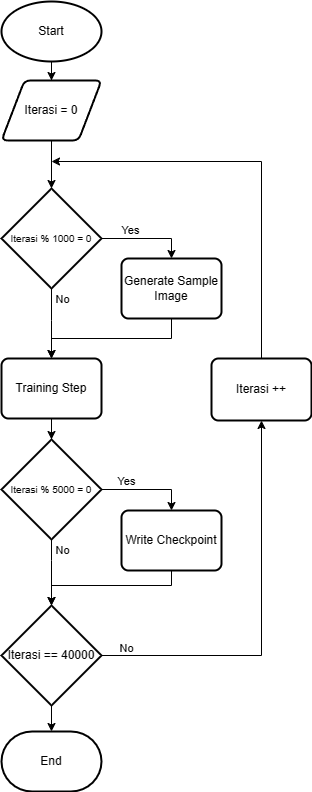
Earlier version of the draw.io export Conference-LaTeX-template_10-17-19/gambar/Training_model.png (MehhTerserah/TA-072-19-0040). Source tidied: cells renumbered, new cells last; positions are measured from the earlier drawing's top-left corner, leaving out a move shared by most shapes. The source it was exported from:
```xml
<mxGraphModel>
  <root>
    <mxCell id="0" />
    <mxCell id="1" parent="0" />
    <mxCell id="2" style="edgeStyle=orthogonalEdgeStyle;rounded=0;jettySize=auto;html=1;" parent="1" edge="1" source="3" target="5">
      <mxGeometry relative="1" as="geometry" />
    </mxCell>
    <mxCell id="3" value="Start" style="strokeWidth=2;html=1;shape=mxgraph.flowchart.start_1;whiteSpace=wrap;" parent="1" vertex="1">
      <mxGeometry width="100" height="60" as="geometry" />
    </mxCell>
    <mxCell id="4" style="edgeStyle=orthogonalEdgeStyle;rounded=0;jettySize=auto;html=1;" parent="1" edge="1" source="5" target="12">
      <mxGeometry relative="1" as="geometry" />
    </mxCell>
    <mxCell id="5" value="Iterasi = 0" style="shape=parallelogram;html=1;strokeWidth=2;perimeter=parallelogramPerimeter;whiteSpace=wrap;rounded=1;arcSize=12;size=0.23;" parent="1" vertex="1">
      <mxGeometry y="79" width="100" height="60" as="geometry" />
    </mxCell>
    <mxCell id="6" style="edgeStyle=orthogonalEdgeStyle;rounded=0;jettySize=auto;html=1;entryX=0.5;entryY=0;entryDx=0;entryDy=0;entryPerimeter=0;" parent="1" edge="1" source="7" target="19">
      <mxGeometry relative="1" as="geometry" />
    </mxCell>
    <mxCell id="7" value="Training Step" style="rounded=1;whiteSpace=wrap;html=1;absoluteArcSize=1;arcSize=14;strokeWidth=2;" parent="1" vertex="1">
      <mxGeometry y="357" width="100" height="60" as="geometry" />
    </mxCell>
    <mxCell id="8" style="edgeStyle=orthogonalEdgeStyle;rounded=0;jettySize=auto;html=1;entryX=0.5;entryY=0;entryDx=0;entryDy=0;" parent="1" edge="1" source="12" target="7">
      <mxGeometry relative="1" as="geometry">
        <Array as="points">
          <mxPoint x="50" y="319" />
          <mxPoint x="50" y="319" />
        </Array>
      </mxGeometry>
    </mxCell>
    <mxCell id="9" value="No" style="edgeLabel;html=1;align=center;verticalAlign=middle;" parent="8" vertex="1">
      <mxGeometry x="-0.71" y="-3" relative="1" as="geometry">
        <mxPoint x="13" as="offset" />
      </mxGeometry>
    </mxCell>
    <mxCell id="10" style="edgeStyle=orthogonalEdgeStyle;rounded=0;jettySize=auto;html=1;entryX=0.5;entryY=0;entryDx=0;entryDy=0;" parent="1" edge="1" source="12" target="14">
      <mxGeometry relative="1" as="geometry" />
    </mxCell>
    <mxCell id="11" value="Yes" style="edgeLabel;html=1;align=center;verticalAlign=middle;" parent="10" vertex="1">
      <mxGeometry x="-0.43" y="-1" relative="1" as="geometry">
        <mxPoint x="2" y="-10" as="offset" />
      </mxGeometry>
    </mxCell>
    <mxCell id="12" value="&lt;font style=&quot;font-size: 10px;&quot;&gt;Iterasi % 1000 = 0&lt;/font&gt;" style="strokeWidth=2;html=1;shape=mxgraph.flowchart.decision;whiteSpace=wrap;" parent="1" vertex="1">
      <mxGeometry y="187" width="100" height="100" as="geometry" />
    </mxCell>
    <mxCell id="13" style="edgeStyle=orthogonalEdgeStyle;rounded=0;jettySize=auto;html=1;entryX=0.5;entryY=0;entryDx=0;entryDy=0;exitX=0.5;exitY=1;exitDx=0;exitDy=0;" parent="1" edge="1" source="14" target="7">
      <mxGeometry relative="1" as="geometry" />
    </mxCell>
    <mxCell id="14" value="Generate Sample Image" style="rounded=1;whiteSpace=wrap;html=1;absoluteArcSize=1;arcSize=14;strokeWidth=2;" parent="1" vertex="1">
      <mxGeometry x="120" y="257" width="100" height="60" as="geometry" />
    </mxCell>
    <mxCell id="15" style="edgeStyle=orthogonalEdgeStyle;rounded=0;jettySize=auto;html=1;entryX=0.5;entryY=0;entryDx=0;entryDy=0;" parent="1" edge="1" source="19" target="21">
      <mxGeometry relative="1" as="geometry" />
    </mxCell>
    <mxCell id="16" value="Yes" style="edgeLabel;html=1;align=center;verticalAlign=middle;" parent="15" vertex="1">
      <mxGeometry x="-0.46" y="1" relative="1" as="geometry">
        <mxPoint y="-8" as="offset" />
      </mxGeometry>
    </mxCell>
    <mxCell id="17" style="edgeStyle=orthogonalEdgeStyle;rounded=0;jettySize=auto;html=1;" parent="1" edge="1" source="19" target="25">
      <mxGeometry relative="1" as="geometry">
        <Array as="points">
          <mxPoint x="50" y="559" />
          <mxPoint x="50" y="559" />
        </Array>
      </mxGeometry>
    </mxCell>
    <mxCell id="18" value="No" style="edgeLabel;html=1;align=center;verticalAlign=middle;" parent="17" vertex="1">
      <mxGeometry x="-0.48" y="-2" relative="1" as="geometry">
        <mxPoint x="12" y="-7" as="offset" />
      </mxGeometry>
    </mxCell>
    <mxCell id="19" value="&lt;font style=&quot;font-size: 10px;&quot;&gt;Iterasi % 5000 = 0&lt;/font&gt;" style="strokeWidth=2;html=1;shape=mxgraph.flowchart.decision;whiteSpace=wrap;" parent="1" vertex="1">
      <mxGeometry y="438" width="100" height="100" as="geometry" />
    </mxCell>
    <mxCell id="20" style="edgeStyle=orthogonalEdgeStyle;rounded=0;jettySize=auto;html=1;entryX=0.5;entryY=0;entryDx=0;entryDy=0;entryPerimeter=0;exitX=0.5;exitY=1;exitDx=0;exitDy=0;" parent="1" edge="1" source="21" target="25">
      <mxGeometry relative="1" as="geometry">
        <Array as="points">
          <mxPoint x="170" y="584" />
          <mxPoint x="50" y="584" />
        </Array>
      </mxGeometry>
    </mxCell>
    <mxCell id="21" value="Write Checkpoint" style="rounded=1;whiteSpace=wrap;html=1;absoluteArcSize=1;arcSize=14;strokeWidth=2;" parent="1" vertex="1">
      <mxGeometry x="120" y="509" width="100" height="60" as="geometry" />
    </mxCell>
    <mxCell id="22" style="edgeStyle=orthogonalEdgeStyle;rounded=0;jettySize=auto;html=1;entryX=0.5;entryY=1;entryDx=0;entryDy=0;" parent="1" edge="1" source="25" target="27">
      <mxGeometry relative="1" as="geometry" />
    </mxCell>
    <mxCell id="23" value="No" style="edgeLabel;html=1;align=center;verticalAlign=middle;" parent="22" vertex="1">
      <mxGeometry x="-0.88" y="1" relative="1" as="geometry">
        <mxPoint y="-7" as="offset" />
      </mxGeometry>
    </mxCell>
    <mxCell id="24" style="edgeStyle=orthogonalEdgeStyle;rounded=0;jettySize=auto;html=1;entryX=0.5;entryY=0;entryDx=0;entryDy=0;entryPerimeter=0;" parent="1" edge="1" source="25" target="28">
      <mxGeometry relative="1" as="geometry" />
    </mxCell>
    <mxCell id="25" value="Iterasi == 40000" style="strokeWidth=2;html=1;shape=mxgraph.flowchart.decision;whiteSpace=wrap;" parent="1" vertex="1">
      <mxGeometry y="604" width="100" height="100" as="geometry" />
    </mxCell>
    <mxCell id="26" style="edgeStyle=orthogonalEdgeStyle;rounded=0;jettySize=auto;html=1;exitX=0.5;exitY=0;exitDx=0;exitDy=0;" parent="1" edge="1" source="27">
      <mxGeometry relative="1" as="geometry">
        <mxPoint x="50" y="160" as="targetPoint" />
        <Array as="points">
          <mxPoint x="260" y="160" />
        </Array>
      </mxGeometry>
    </mxCell>
    <mxCell id="27" value="Iterasi ++" style="rounded=1;whiteSpace=wrap;html=1;absoluteArcSize=1;arcSize=14;strokeWidth=2;" parent="1" vertex="1">
      <mxGeometry x="210" y="357" width="100" height="62" as="geometry" />
    </mxCell>
    <mxCell id="28" value="End" style="strokeWidth=2;html=1;shape=mxgraph.flowchart.terminator;whiteSpace=wrap;" parent="1" vertex="1">
      <mxGeometry y="730" width="100" height="60" as="geometry" />
    </mxCell>
  </root>
</mxGraphModel>
```
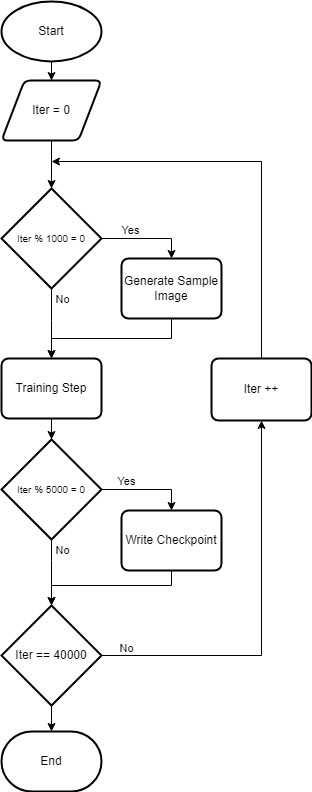
Above is the later version.

What changed in the source:
```diff
@@ -11,7 +11,7 @@
     <mxCell id="4" style="edgeStyle=orthogonalEdgeStyle;rounded=0;jettySize=auto;html=1;" parent="1" edge="1" source="5" target="12">
       <mxGeometry relative="1" as="geometry" />
     </mxCell>
-    <mxCell id="5" value="Iterasi = 0" style="shape=parallelogram;html=1;strokeWidth=2;perimeter=parallelogramPerimeter;whiteSpace=wrap;rounded=1;arcSize=12;size=0.23;" parent="1" vertex="1">
+    <mxCell id="5" value="Iter = 0" style="shape=parallelogram;html=1;strokeWidth=2;perimeter=parallelogramPerimeter;whiteSpace=wrap;rounded=1;arcSize=12;size=0.23;" parent="1" vertex="1">
       <mxGeometry y="79" width="100" height="60" as="geometry" />
     </mxCell>
     <mxCell id="6" style="edgeStyle=orthogonalEdgeStyle;rounded=0;jettySize=auto;html=1;entryX=0.5;entryY=0;entryDx=0;entryDy=0;entryPerimeter=0;" parent="1" edge="1" source="7" target="19">
@@ -41,7 +41,7 @@
         <mxPoint x="2" y="-10" as="offset" />
       </mxGeometry>
     </mxCell>
-    <mxCell id="12" value="&lt;font style=&quot;font-size: 10px;&quot;&gt;Iterasi % 1000 = 0&lt;/font&gt;" style="strokeWidth=2;html=1;shape=mxgraph.flowchart.decision;whiteSpace=wrap;" parent="1" vertex="1">
+    <mxCell id="12" value="&lt;font style=&quot;font-size: 10px;&quot;&gt;Iter % 1000 = 0&lt;/font&gt;" style="strokeWidth=2;html=1;shape=mxgraph.flowchart.decision;whiteSpace=wrap;" parent="1" vertex="1">
       <mxGeometry y="187" width="100" height="100" as="geometry" />
     </mxCell>
     <mxCell id="13" style="edgeStyle=orthogonalEdgeStyle;rounded=0;jettySize=auto;html=1;entryX=0.5;entryY=0;entryDx=0;entryDy=0;exitX=0.5;exitY=1;exitDx=0;exitDy=0;" parent="1" edge="1" source="14" target="7">
@@ -71,7 +71,7 @@
         <mxPoint x="12" y="-7" as="offset" />
       </mxGeometry>
     </mxCell>
-    <mxCell id="19" value="&lt;font style=&quot;font-size: 10px;&quot;&gt;Iterasi % 5000 = 0&lt;/font&gt;" style="strokeWidth=2;html=1;shape=mxgraph.flowchart.decision;whiteSpace=wrap;" parent="1" vertex="1">
+    <mxCell id="19" value="&lt;font style=&quot;font-size: 10px;&quot;&gt;Iter % 5000 = 0&lt;/font&gt;" style="strokeWidth=2;html=1;shape=mxgraph.flowchart.decision;whiteSpace=wrap;" parent="1" vertex="1">
       <mxGeometry y="438" width="100" height="100" as="geometry" />
     </mxCell>
     <mxCell id="20" style="edgeStyle=orthogonalEdgeStyle;rounded=0;jettySize=auto;html=1;entryX=0.5;entryY=0;entryDx=0;entryDy=0;entryPerimeter=0;exitX=0.5;exitY=1;exitDx=0;exitDy=0;" parent="1" edge="1" source="21" target="25">
@@ -96,7 +96,7 @@
     <mxCell id="24" style="edgeStyle=orthogonalEdgeStyle;rounded=0;jettySize=auto;html=1;entryX=0.5;entryY=0;entryDx=0;entryDy=0;entryPerimeter=0;" parent="1" edge="1" source="25" target="28">
       <mxGeometry relative="1" as="geometry" />
     </mxCell>
-    <mxCell id="25" value="Iterasi == 40000" style="strokeWidth=2;html=1;shape=mxgraph.flowchart.decision;whiteSpace=wrap;" parent="1" vertex="1">
+    <mxCell id="25" value="Iter == 40000" style="strokeWidth=2;html=1;shape=mxgraph.flowchart.decision;whiteSpace=wrap;" parent="1" vertex="1">
       <mxGeometry y="604" width="100" height="100" as="geometry" />
     </mxCell>
     <mxCell id="26" style="edgeStyle=orthogonalEdgeStyle;rounded=0;jettySize=auto;html=1;exitX=0.5;exitY=0;exitDx=0;exitDy=0;" parent="1" edge="1" source="27">
@@ -107,7 +107,7 @@
         </Array>
       </mxGeometry>
     </mxCell>
-    <mxCell id="27" value="Iterasi ++" style="rounded=1;whiteSpace=wrap;html=1;absoluteArcSize=1;arcSize=14;strokeWidth=2;" parent="1" vertex="1">
+    <mxCell id="27" value="Iter ++" style="rounded=1;whiteSpace=wrap;html=1;absoluteArcSize=1;arcSize=14;strokeWidth=2;" parent="1" vertex="1">
       <mxGeometry x="210" y="357" width="100" height="62" as="geometry" />
     </mxCell>
     <mxCell id="28" value="End" style="strokeWidth=2;html=1;shape=mxgraph.flowchart.terminator;whiteSpace=wrap;" parent="1" vertex="1">
```
